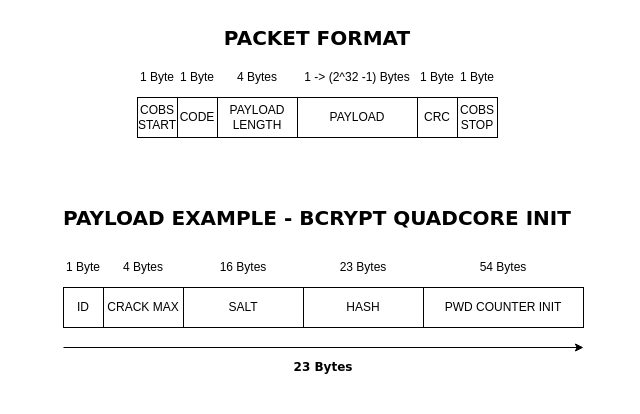
Above: page "packet_format" (2 of 2) of assets/drawio/communication_protocol.drawio in Djokzer/fpga_bruteforce_attack (draw.io), before the change. Source tidied: cells renumbered, new cells numbered last; positions are measured from the earlier drawing's top-left corner, leaving out a move shared by most shapes. Both pictures are drawn from the tidied source at 100%, with x=0, y=0 at pixel (17, 17).
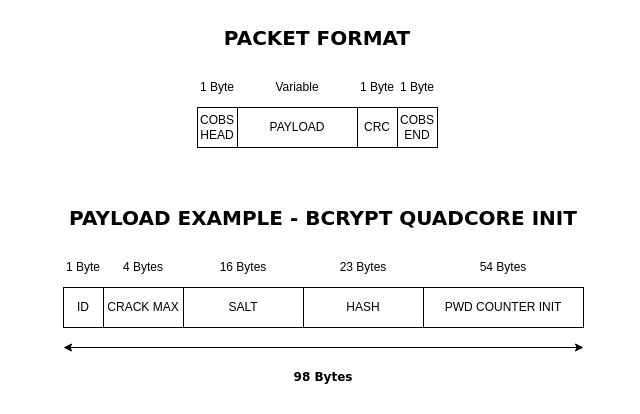
Above is the later version.

Change to the diagram source:
```diff
@@
-    <mxCell id="12" style="endArrow=classic;html=1;rounded=0;" parent="1" edge="1">
+    <mxCell id="12" style="endArrow=classic;html=1;rounded=0;startArrow=classic;startFill=1;" parent="1" edge="1">
       <mxGeometry relative="1" as="geometry">
         <mxPoint x="46" y="330" as="sourcePoint" />
         <mxPoint x="566" y="330" as="targetPoint" />
       </mxGeometry>
     </mxCell>
-    <mxCell id="13" value="&lt;span&gt;23 Bytes&lt;/span&gt;" style="rounded=0;whiteSpace=wrap;html=1;fillColor=none;strokeColor=none;fontFamily=Verdana;fontStyle=1;" parent="1" vertex="1">
-      <mxGeometry x="46" y="330" width="520" height="40" as="geometry" />
+    <mxCell id="13" value="&lt;span&gt;98 Bytes&lt;/span&gt;" style="rounded=0;whiteSpace=wrap;html=1;fillColor=none;strokeColor=none;fontFamily=Verdana;fontStyle=1;" parent="1" vertex="1">
+      <mxGeometry x="46" y="340" width="520" height="40" as="geometry" />
     </mxCell>
     <mxCell id="14" value="PAYLOAD EXAMPLE - BCRYPT QUADCORE INIT" style="rounded=0;whiteSpace=wrap;html=1;fillColor=none;strokeColor=none;fontFamily=Verdana;fontStyle=1;fontSize=20;" parent="1" vertex="1">
-      <mxGeometry y="180" width="600" height="40" as="geometry" />
+      <mxGeometry x="6" y="180" width="600" height="40" as="geometry" />
     </mxCell>
-    <mxCell id="15" value="&lt;div&gt;COBS&lt;br&gt;&lt;/div&gt;&lt;div&gt;START&lt;/div&gt;" style="rounded=0;whiteSpace=wrap;html=1;" parent="1" vertex="1">
-      <mxGeometry x="120" y="80" width="40" height="40" as="geometry" />
+    <mxCell id="15" value="&lt;div&gt;COBS&lt;br&gt;&lt;/div&gt;&lt;div&gt;HEAD&lt;/div&gt;" style="rounded=0;whiteSpace=wrap;html=1;" parent="1" vertex="1">
+      <mxGeometry x="180" y="90" width="40" height="40" as="geometry" />
     </mxCell>
     <mxCell id="16" value="1 Byte" style="rounded=0;whiteSpace=wrap;html=1;fillColor=none;strokeColor=none;" parent="1" vertex="1">
-      <mxGeometry x="120" y="40" width="40" height="40" as="geometry" />
+      <mxGeometry x="180" y="50" width="40" height="40" as="geometry" />
     </mxCell>
-    <mxCell id="17" value="CODE" style="rounded=0;whiteSpace=wrap;html=1;" parent="1" vertex="1">
-      <mxGeometry x="160" y="80" width="40" height="40" as="geometry" />
-    </mxCell>
-    <mxCell id="18" value="1 Byte" style="rounded=0;whiteSpace=wrap;html=1;fillColor=none;strokeColor=none;" parent="1" vertex="1">
-      <mxGeometry x="160" y="40" width="40" height="40" as="geometry" />
-    </mxCell>
-    <mxCell id="19" value="PAYLOAD LENGTH" style="rounded=0;whiteSpace=wrap;html=1;" parent="1" vertex="1">
-      <mxGeometry x="200" y="80" width="80" height="40" as="geometry" />
-    </mxCell>
-    <mxCell id="20" value="4 Bytes" style="rounded=0;whiteSpace=wrap;html=1;fillColor=none;strokeColor=none;" parent="1" vertex="1">
-      <mxGeometry x="200" y="40" width="80" height="40" as="geometry" />
-    </mxCell>
     <mxCell id="21" value="PAYLOAD" style="rounded=0;whiteSpace=wrap;html=1;" parent="1" vertex="1">
-      <mxGeometry x="280" y="80" width="120" height="40" as="geometry" />
+      <mxGeometry x="220" y="90" width="120" height="40" as="geometry" />
     </mxCell>
-    <mxCell id="22" value="1 -&amp;gt; (2^32 -1) Bytes" style="rounded=0;whiteSpace=wrap;html=1;fillColor=none;strokeColor=none;" parent="1" vertex="1">
-      <mxGeometry x="280" y="40" width="120" height="40" as="geometry" />
+    <mxCell id="22" value="Variable" style="rounded=0;whiteSpace=wrap;html=1;fillColor=none;strokeColor=none;" parent="1" vertex="1">
+      <mxGeometry x="220" y="50" width="120" height="40" as="geometry" />
     </mxCell>
-    <mxCell id="23" value="&lt;div&gt;COBS&lt;/div&gt;&lt;div&gt;STOP&lt;br&gt;&lt;/div&gt;" style="rounded=0;whiteSpace=wrap;html=1;" parent="1" vertex="1">
-      <mxGeometry x="440" y="80" width="40" height="40" as="geometry" />
+    <mxCell id="23" value="&lt;div&gt;COBS&lt;/div&gt;&lt;div&gt;&lt;span style=&quot;background-color: initial;&quot;&gt;END&lt;/span&gt;&lt;/div&gt;" style="rounded=0;whiteSpace=wrap;html=1;" parent="1" vertex="1">
+      <mxGeometry x="380" y="90" width="40" height="40" as="geometry" />
     </mxCell>
     <mxCell id="24" value="PACKET FORMAT" style="rounded=0;whiteSpace=wrap;html=1;fillColor=none;strokeColor=none;fontFamily=Verdana;fontStyle=1;fontSize=20;" parent="1" vertex="1">
-      <mxGeometry x="115" width="370" height="40" as="geometry" />
+      <mxGeometry x="160" width="280" height="40" as="geometry" />
     </mxCell>
     <mxCell id="25" value="CRC" style="rounded=0;whiteSpace=wrap;html=1;" parent="1" vertex="1">
-      <mxGeometry x="400" y="80" width="40" height="40" as="geometry" />
+      <mxGeometry x="340" y="90" width="40" height="40" as="geometry" />
     </mxCell>
     <mxCell id="26" value="1 Byte" style="rounded=0;whiteSpace=wrap;html=1;fillColor=none;strokeColor=none;" parent="1" vertex="1">
-      <mxGeometry x="400" y="40" width="40" height="40" as="geometry" />
+      <mxGeometry x="340" y="50" width="40" height="40" as="geometry" />
     </mxCell>
     <mxCell id="27" value="1 Byte" style="rounded=0;whiteSpace=wrap;html=1;fillColor=none;strokeColor=none;" parent="1" vertex="1">
-      <mxGeometry x="440" y="40" width="40" height="40" as="geometry" />
+      <mxGeometry x="380" y="50" width="40" height="40" as="geometry" />
     </mxCell>
```
